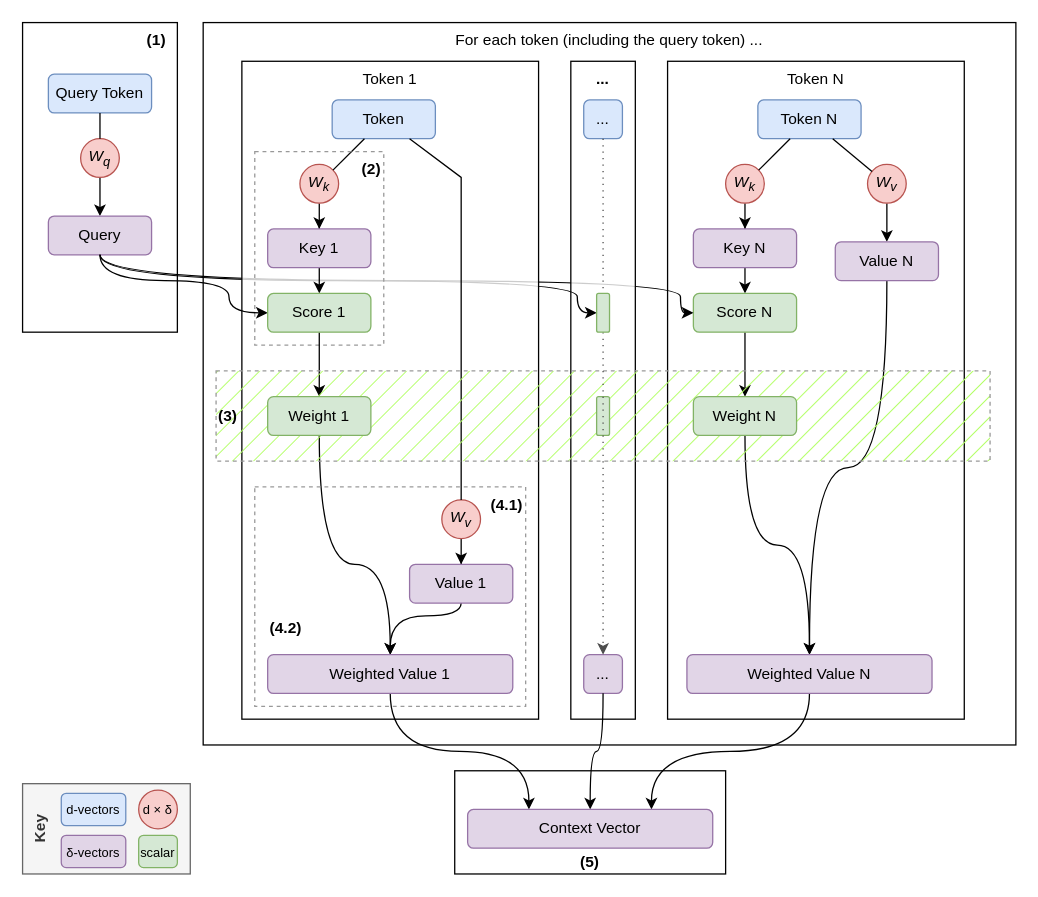
The draw.io diagram book/images/attention/overview.drawio in yshavit/llm-notes, before the edit. Source tidied: cells renumbered, new cells numbered last; positions are measured from the earlier drawing's top-left corner, leaving out a move shared by most shapes. Both pictures are drawn from the tidied source at 129%, with x=0, y=0 at pixel (22, 22).
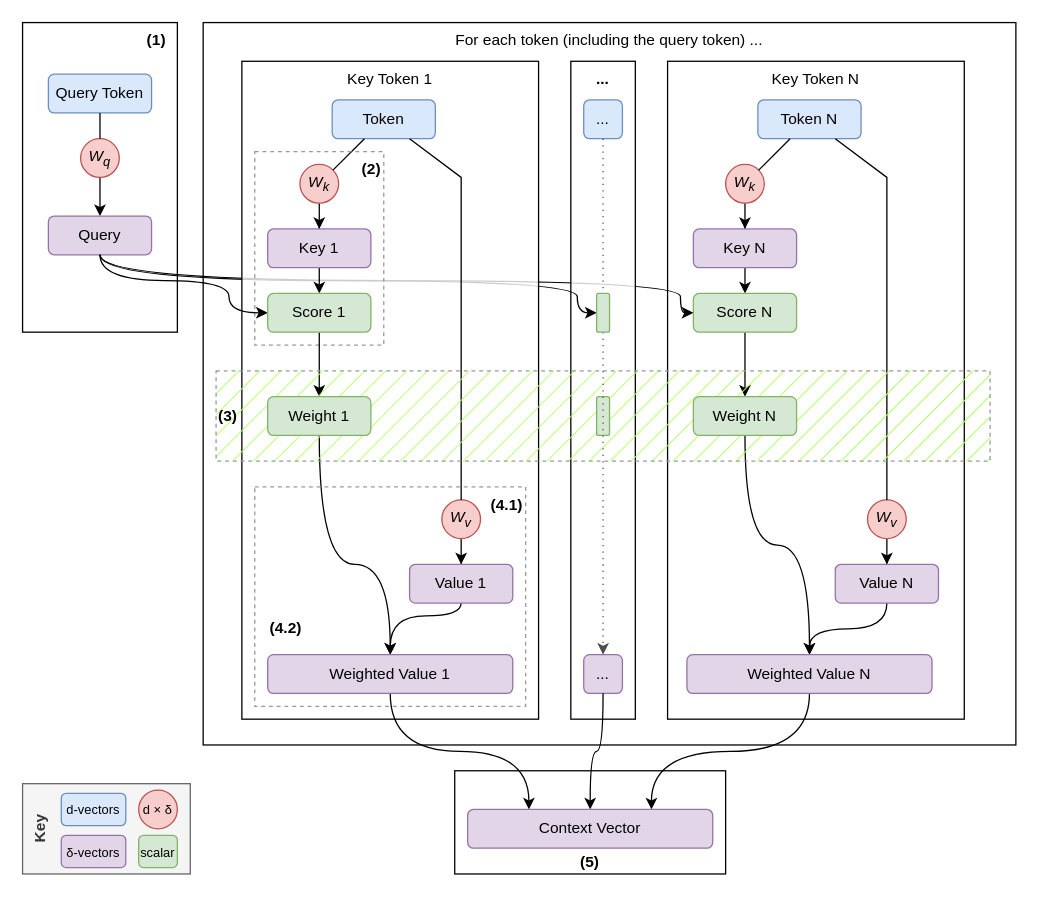
The same diagram, later.

Commit message:
attention: tweak overview image

The change refers to these unchanged cells:
```xml
<mxCell id="12" value="Token N" style="rounded=1;whiteSpace=wrap;html=1;fillColor=#dae8fc;strokeColor=#6c8ebf;" parent="1" vertex="1">
  <mxGeometry x="570" y="60" width="80" height="30" as="geometry" />
</mxCell>
<mxCell id="26" value="Weighted Value N" style="rounded=1;whiteSpace=wrap;html=1;fillColor=#e1d5e7;strokeColor=#9673a6;" parent="1" vertex="1">
  <mxGeometry x="515" y="490" width="190" height="30" as="geometry" />
</mxCell>
```

Change to the diagram source:
```diff
@@
-    <mxCell id="10" value="Token N" style="rounded=0;whiteSpace=wrap;html=1;verticalAlign=top;" parent="1" vertex="1">
+    <mxCell id="10" value="Key Token N" style="rounded=0;whiteSpace=wrap;html=1;verticalAlign=top;" parent="1" vertex="1">
       <mxGeometry x="500" y="30" width="230" height="510" as="geometry" />
     </mxCell>
@@
     <mxCell id="19" style="rounded=0;jettySize=auto;html=1;exitX=0.5;exitY=1;exitDx=0;exitDy=0;edgeStyle=orthogonalEdgeStyle;curved=1;" parent="1" edge="1" source="20" target="26">
-      <mxGeometry relative="1" as="geometry" />
+      <mxGeometry relative="1" as="geometry">
+        <Array as="points">
+          <mxPoint x="670" y="470" />
+          <mxPoint x="610" y="470" />
+        </Array>
+      </mxGeometry>
     </mxCell>
     <mxCell id="20" value="&lt;span&gt;Value N&lt;/span&gt;" style="rounded=1;whiteSpace=wrap;html=1;fillColor=#e1d5e7;strokeColor=#9673a6;fontStyle=0;" parent="1" vertex="1">
-      <mxGeometry x="630" y="170" width="80" height="30" as="geometry" />
+      <mxGeometry x="630" y="420" width="80" height="30" as="geometry" />
     </mxCell>
     <mxCell id="21" value="W&lt;sub&gt;v&lt;/sub&gt;" style="ellipse;whiteSpace=wrap;html=1;fontStyle=2;fillColor=#f8cecc;strokeColor=#b85450;" parent="1" vertex="1">
-      <mxGeometry x="655" y="110" width="30" height="30" as="geometry" />
+      <mxGeometry x="655" y="370" width="30" height="30" as="geometry" />
     </mxCell>
     <mxCell id="22" style="endArrow=none;html=1;rounded=0;" parent="1" edge="1" source="21" target="12">
-      <mxGeometry relative="1" as="geometry" />
+      <mxGeometry relative="1" as="geometry">
+        <Array as="points">
+          <mxPoint x="670" y="120" />
+        </Array>
+      </mxGeometry>
     </mxCell>
@@
-    <mxCell id="32" value="Token 1" style="rounded=0;whiteSpace=wrap;html=1;verticalAlign=top;fillColor=#FFFFFFCC;" parent="1" vertex="1">
+    <mxCell id="32" value="Key Token 1" style="rounded=0;whiteSpace=wrap;html=1;verticalAlign=top;fillColor=#FFFFFFCC;" parent="1" vertex="1">
       <mxGeometry x="170" y="30" width="230" height="510" as="geometry" />
     </mxCell>
```
